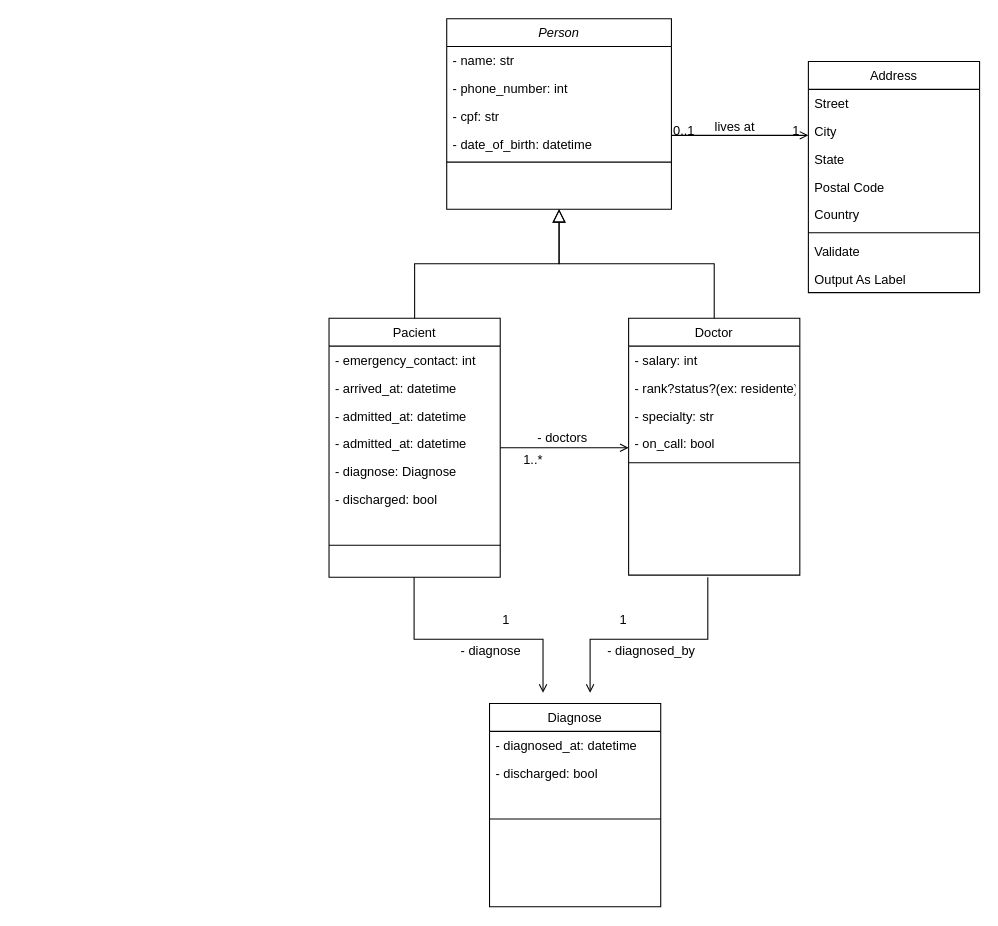
p-schlickmann/hospital keeps this draw.io diagram as Untitled Diagram.drawio. Above is the earlier version. Source tidied: cells renumbered, new cells numbered last; positions are measured from the earlier drawing's top-left corner, leaving out a move shared by most shapes. Both pictures are drawn from the tidied source at 107%, with x=0, y=0 at pixel (328, 18).
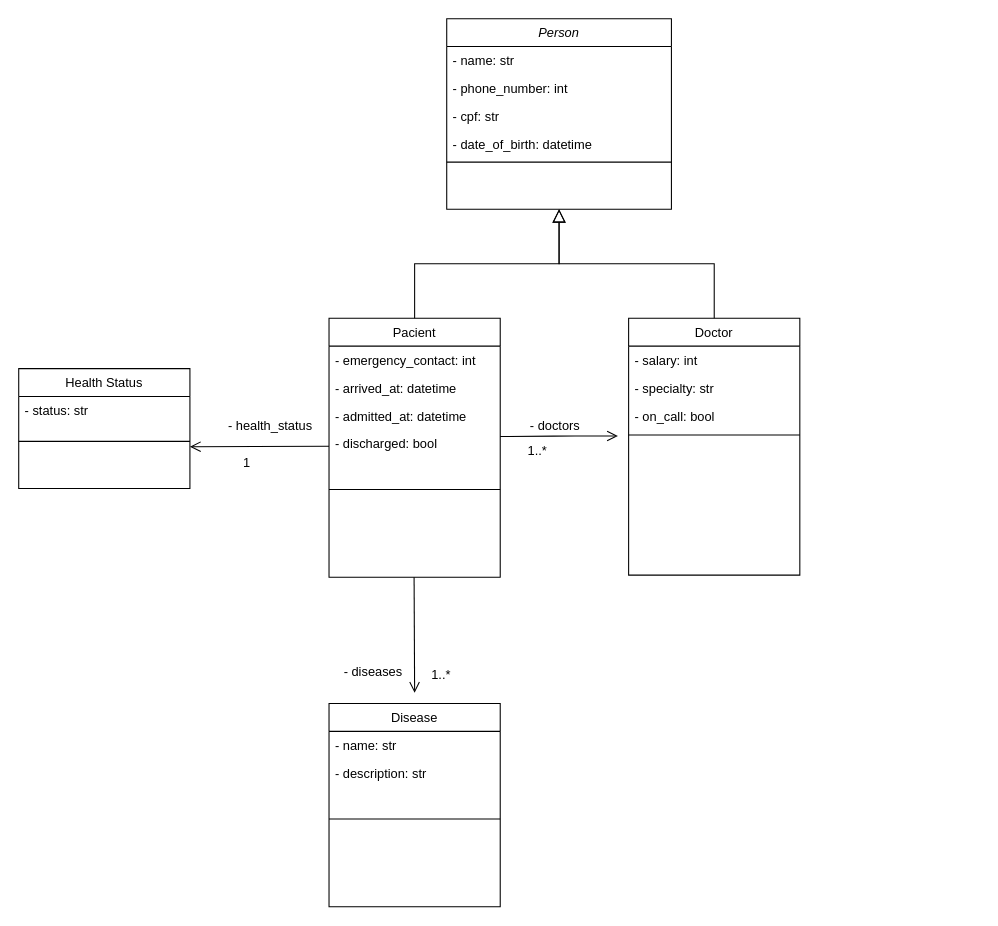
Above is the later version.

Unchanged cells that the change refers to:
```xml
<mxCell id="2" value="Person" style="swimlane;fontStyle=2;align=center;verticalAlign=top;horizontal=1;startSize=26;rounded=0;shadow=0;strokeWidth=1;" parent="1" vertex="1">
  <mxGeometry x="110" width="210" height="178" as="geometry" />
</mxCell>
<mxCell id="8" value="Pacient" style="swimlane;fontStyle=0;align=center;verticalAlign=top;horizontal=1;startSize=26;rounded=0;shadow=0;strokeWidth=1;" parent="1" vertex="1">
  <mxGeometry y="280" width="160" height="242" as="geometry" />
</mxCell>
<mxCell id="17" value="Doctor" style="swimlane;fontStyle=0;align=center;verticalAlign=top;horizontal=1;startSize=26;rounded=0;shadow=0;strokeWidth=1;" parent="1" vertex="1">
  <mxGeometry x="280" y="280" width="160" height="240" as="geometry" />
</mxCell>
```

What changed in the source:
```diff
@@
-    <mxCell id="12" value="- admitted_at: datetime&#10;" style="text;align=left;verticalAlign=top;spacingLeft=4;spacingRight=4;overflow=hidden;" parent="8" vertex="1">
-      <mxGeometry y="104" width="160" height="26" as="geometry" />
-    </mxCell>
-    <mxCell id="13" value="- diagnose: Diagnose&#10;" style="text;align=left;verticalAlign=top;spacingLeft=4;spacingRight=4;overflow=hidden;" parent="8" vertex="1">
-      <mxGeometry y="130" width="160" height="26" as="geometry" />
-    </mxCell>
     <mxCell id="14" value="- discharged: bool&#10;" style="text;align=left;verticalAlign=top;spacingLeft=4;spacingRight=4;overflow=hidden;" parent="8" vertex="1">
-      <mxGeometry y="156" width="160" height="26" as="geometry" />
+      <mxGeometry y="104" width="160" height="26" as="geometry" />
     </mxCell>
     <mxCell id="15" style="line;html=1;strokeWidth=1;align=left;verticalAlign=middle;spacingTop=-1;spacingLeft=3;spacingRight=3;labelPosition=right;" parent="8" vertex="1">
-      <mxGeometry y="182" width="160" height="60" as="geometry" />
+      <mxGeometry y="130" width="160" height="60" as="geometry" />
     </mxCell>
@@
-    <mxCell id="19" value="- rank?status?(ex: residente)" style="text;align=left;verticalAlign=top;spacingLeft=4;spacingRight=4;overflow=hidden;" parent="17" vertex="1">
-      <mxGeometry y="52" width="160" height="26" as="geometry" />
-    </mxCell>
     <mxCell id="20" value="- specialty: str" style="text;align=left;verticalAlign=top;spacingLeft=4;spacingRight=4;overflow=hidden;" parent="17" vertex="1">
-      <mxGeometry y="78" width="160" height="26" as="geometry" />
+      <mxGeometry y="52" width="160" height="26" as="geometry" />
     </mxCell>
     <mxCell id="21" value="- on_call: bool" style="text;align=left;verticalAlign=top;spacingLeft=4;spacingRight=4;overflow=hidden;" parent="17" vertex="1">
-      <mxGeometry y="104" width="160" height="26" as="geometry" />
+      <mxGeometry y="78" width="160" height="26" as="geometry" />
     </mxCell>
     <mxCell id="22" style="line;html=1;strokeWidth=1;align=left;verticalAlign=middle;spacingTop=-1;spacingLeft=3;spacingRight=3;labelPosition=right;" parent="17" vertex="1">
-      <mxGeometry y="130" width="160" height="10" as="geometry" />
+      <mxGeometry y="104" width="160" height="10" as="geometry" />
     </mxCell>
@@
-    <mxCell id="24" value="Address" style="swimlane;fontStyle=0;align=center;verticalAlign=top;horizontal=1;startSize=26;rounded=0;shadow=0;strokeWidth=1;" parent="1" vertex="1">
-      <mxGeometry x="448" y="40" width="160" height="216" as="geometry" />
-    </mxCell>
-    <mxCell id="25" value="Street" style="text;align=left;verticalAlign=top;spacingLeft=4;spacingRight=4;overflow=hidden;" parent="24" vertex="1">
-      <mxGeometry y="26" width="160" height="26" as="geometry" />
-    </mxCell>
-    <mxCell id="26" value="City" style="text;align=left;verticalAlign=top;spacingLeft=4;spacingRight=4;overflow=hidden;rounded=0;shadow=0;html=0;" parent="24" vertex="1">
-      <mxGeometry y="52" width="160" height="26" as="geometry" />
-    </mxCell>
-    <mxCell id="27" value="State" style="text;align=left;verticalAlign=top;spacingLeft=4;spacingRight=4;overflow=hidden;rounded=0;shadow=0;html=0;" parent="24" vertex="1">
-      <mxGeometry y="78" width="160" height="26" as="geometry" />
-    </mxCell>
-    <mxCell id="28" value="Postal Code" style="text;align=left;verticalAlign=top;spacingLeft=4;spacingRight=4;overflow=hidden;rounded=0;shadow=0;html=0;" parent="24" vertex="1">
-      <mxGeometry y="104" width="160" height="26" as="geometry" />
-    </mxCell>
-    <mxCell id="29" value="Country" style="text;align=left;verticalAlign=top;spacingLeft=4;spacingRight=4;overflow=hidden;rounded=0;shadow=0;html=0;" parent="24" vertex="1">
-      <mxGeometry y="130" width="160" height="26" as="geometry" />
-    </mxCell>
-    <mxCell id="30" style="line;html=1;strokeWidth=1;align=left;verticalAlign=middle;spacingTop=-1;spacingLeft=3;spacingRight=3;labelPosition=right;" parent="24" vertex="1">
-      <mxGeometry y="156" width="160" height="8" as="geometry" />
-    </mxCell>
-    <mxCell id="31" value="Validate" style="text;align=left;verticalAlign=top;spacingLeft=4;spacingRight=4;overflow=hidden;" parent="24" vertex="1">
-      <mxGeometry y="164" width="160" height="26" as="geometry" />
-    </mxCell>
-    <mxCell id="32" value="Output As Label" style="text;align=left;verticalAlign=top;spacingLeft=4;spacingRight=4;overflow=hidden;" parent="24" vertex="1">
-      <mxGeometry y="190" width="160" height="26" as="geometry" />
-    </mxCell>
-    <mxCell id="33" style="endArrow=open;shadow=0;strokeWidth=1;rounded=0;endFill=1;edgeStyle=elbowEdgeStyle;elbow=vertical;" parent="1" edge="1" source="2" target="24">
-      <mxGeometry x="0.5" y="41" relative="1" as="geometry">
-        <mxPoint x="-40" y="32" as="offset" />
-      </mxGeometry>
-    </mxCell>
-    <mxCell id="34" value="0..1" style="align=left;verticalAlign=bottom;labelBackgroundColor=none;fontSize=12;" parent="33" vertex="1">
-      <mxGeometry x="-1" relative="1" as="geometry">
-        <mxPoint y="4" as="offset" />
-      </mxGeometry>
-    </mxCell>
-    <mxCell id="35" value="1" style="align=right;verticalAlign=bottom;labelBackgroundColor=none;fontSize=12;" parent="33" vertex="1">
-      <mxGeometry x="1" relative="1" as="geometry">
-        <mxPoint x="-7" y="4" as="offset" />
-      </mxGeometry>
-    </mxCell>
-    <mxCell id="36" value="lives at" style="text;html=1;align=center;verticalAlign=middle;labelBackgroundColor=none;rounded=0;shadow=0;strokeWidth=1;fontSize=12;" parent="33" vertex="1">
-      <mxGeometry x="0.5" y="49" relative="1" as="geometry">
-        <mxPoint x="-38" y="40" as="offset" />
-      </mxGeometry>
-    </mxCell>
-    <mxCell id="37" style="endArrow=open;shadow=0;strokeWidth=1;rounded=0;endFill=1;edgeStyle=elbowEdgeStyle;elbow=vertical;endSize=6;startSize=6;" parent="1" edge="1">
-      <mxGeometry x="0.5" y="41" relative="1" as="geometry">
-        <mxPoint x="160" y="401" as="sourcePoint" />
-        <mxPoint x="280" y="401" as="targetPoint" />
-        <mxPoint x="-40" y="32" as="offset" />
-      </mxGeometry>
-    </mxCell>
-    <mxCell id="38" value="1..*" style="align=left;verticalAlign=bottom;labelBackgroundColor=none;fontSize=12;" parent="37" vertex="1">
-      <mxGeometry x="-1" relative="1" as="geometry">
-        <mxPoint x="20" y="20" as="offset" />
-      </mxGeometry>
-    </mxCell>
+    <mxCell id="50" value="Disease" style="swimlane;fontStyle=0;align=center;verticalAlign=top;horizontal=1;startSize=26;rounded=0;shadow=0;strokeWidth=1;" parent="1" vertex="1">
+      <mxGeometry y="640" width="160" height="190" as="geometry" />
+    </mxCell>
+    <mxCell id="51" value="- name: str" style="text;align=left;verticalAlign=top;spacingLeft=4;spacingRight=4;overflow=hidden;" parent="50" vertex="1">
+      <mxGeometry y="26" width="160" height="26" as="geometry" />
+    </mxCell>
+    <mxCell id="52" value="- description: str&#10;" style="text;align=left;verticalAlign=top;spacingLeft=4;spacingRight=4;overflow=hidden;" parent="50" vertex="1">
+      <mxGeometry y="52" width="160" height="26" as="geometry" />
+    </mxCell>
+    <mxCell id="43" style="line;html=1;strokeWidth=1;align=left;verticalAlign=middle;spacingTop=-1;spacingLeft=3;spacingRight=3;labelPosition=right;" parent="50" vertex="1">
+      <mxGeometry y="78" width="160" height="60" as="geometry" />
+    </mxCell>
+    <mxCell id="53" style="endArrow=open;startArrow=none;endFill=0;startFill=0;endSize=8;html=1;verticalAlign=bottom;labelBackgroundColor=none;strokeWidth=1;fontSize=10;" parent="1" edge="1">
+      <mxGeometry relative="1" as="geometry">
+        <mxPoint y="399.5" as="sourcePoint" />
+        <mxPoint x="-130" y="400" as="targetPoint" />
+      </mxGeometry>
+    </mxCell>
+    <mxCell id="54" value="Health Status" style="swimlane;fontStyle=0;align=center;verticalAlign=top;horizontal=1;startSize=26;rounded=0;shadow=0;strokeWidth=1;" parent="1" vertex="1">
+      <mxGeometry x="-290" y="327" width="160" height="112" as="geometry" />
+    </mxCell>
+    <mxCell id="55" value="- status: str" style="text;align=left;verticalAlign=top;spacingLeft=4;spacingRight=4;overflow=hidden;" parent="54" vertex="1">
+      <mxGeometry y="26" width="160" height="26" as="geometry" />
+    </mxCell>
+    <mxCell id="56" style="line;html=1;strokeWidth=1;align=left;verticalAlign=middle;spacingTop=-1;spacingLeft=3;spacingRight=3;labelPosition=right;" parent="54" vertex="1">
+      <mxGeometry y="52" width="160" height="32" as="geometry" />
+    </mxCell>
+    <mxCell id="57" value="- health_status" style="text;align=left;verticalAlign=top;spacingLeft=4;spacingRight=4;overflow=hidden;" parent="1" vertex="1">
+      <mxGeometry x="-100" y="367" width="160" height="23" as="geometry" />
+    </mxCell>
+    <mxCell id="58" value="1" style="align=left;verticalAlign=bottom;labelBackgroundColor=none;fontSize=12;" parent="1" vertex="1">
+      <mxGeometry x="230" y="630" as="geometry">
+        <mxPoint x="-312" y="-207" as="offset" />
+      </mxGeometry>
+    </mxCell>
+    <mxCell id="59" style="endArrow=open;startArrow=none;endFill=0;startFill=0;endSize=8;html=1;verticalAlign=bottom;labelBackgroundColor=none;strokeWidth=1;fontSize=10;" parent="1" edge="1">
+      <mxGeometry relative="1" as="geometry">
+        <mxPoint x="160" y="390.5" as="sourcePoint" />
+        <mxPoint x="270" y="390" as="targetPoint" />
+        <Array as="points">
+          <mxPoint x="220" y="390" />
+        </Array>
+      </mxGeometry>
+    </mxCell>
+    <mxCell id="60" value="1..*" style="align=left;verticalAlign=bottom;labelBackgroundColor=none;fontSize=12;" parent="1" vertex="1">
+      <mxGeometry x="190" y="350" as="geometry">
+        <mxPoint x="-6" y="62" as="offset" />
+      </mxGeometry>
+    </mxCell>
-    <mxCell id="39" value="- doctors" style="text;html=1;align=center;verticalAlign=middle;labelBackgroundColor=none;rounded=0;shadow=0;strokeWidth=1;fontSize=12;" parent="37" vertex="1">
-      <mxGeometry x="0.5" y="49" relative="1" as="geometry">
-        <mxPoint x="-33" y="39" as="offset" />
-      </mxGeometry>
+    <mxCell id="39" value="- doctors" style="text;html=1;align=center;verticalAlign=middle;labelBackgroundColor=none;rounded=0;shadow=0;strokeWidth=1;fontSize=12;" parent="1" vertex="1">
+      <mxGeometry x="210" y="380" as="geometry" />
     </mxCell>
-    <mxCell id="40" value="Diagnose" style="swimlane;fontStyle=0;align=center;verticalAlign=top;horizontal=1;startSize=26;rounded=0;shadow=0;strokeWidth=1;" parent="1" vertex="1">
-      <mxGeometry x="150" y="640" width="160" height="190" as="geometry" />
-    </mxCell>
-    <mxCell id="41" value="- diagnosed_at: datetime" style="text;align=left;verticalAlign=top;spacingLeft=4;spacingRight=4;overflow=hidden;" parent="40" vertex="1">
-      <mxGeometry y="26" width="160" height="26" as="geometry" />
-    </mxCell>
-    <mxCell id="42" value="- discharged: bool&#10;" style="text;align=left;verticalAlign=top;spacingLeft=4;spacingRight=4;overflow=hidden;" parent="40" vertex="1">
-      <mxGeometry y="52" width="160" height="26" as="geometry" />
-    </mxCell>
-    <mxCell id="43" style="line;html=1;strokeWidth=1;align=left;verticalAlign=middle;spacingTop=-1;spacingLeft=3;spacingRight=3;labelPosition=right;" parent="40" vertex="1">
-      <mxGeometry y="78" width="160" height="60" as="geometry" />
-    </mxCell>
-    <mxCell id="44" style="endArrow=open;shadow=0;strokeWidth=1;rounded=0;endFill=1;edgeStyle=elbowEdgeStyle;elbow=vertical;endSize=6;startSize=6;" parent="1" edge="1">
-      <mxGeometry x="0.5" y="41" relative="1" as="geometry">
-        <mxPoint x="79.5" y="522" as="sourcePoint" />
-        <mxPoint x="200" y="630" as="targetPoint" />
-        <Array as="points">
-          <mxPoint x="150" y="580" />
-          <mxPoint x="190" y="579" />
-          <mxPoint x="120" y="579" />
-        </Array>
-        <mxPoint x="-40" y="32" as="offset" />
-      </mxGeometry>
-    </mxCell>
-    <mxCell id="45" value="1" style="align=left;verticalAlign=bottom;labelBackgroundColor=none;fontSize=12;" parent="44" vertex="1">
-      <mxGeometry x="-1" relative="1" as="geometry">
-        <mxPoint x="81" y="48" as="offset" />
-      </mxGeometry>
-    </mxCell>
-    <mxCell id="46" value="- diagnose" style="text;html=1;align=center;verticalAlign=middle;labelBackgroundColor=none;rounded=0;shadow=0;strokeWidth=1;fontSize=12;" parent="44" vertex="1">
-      <mxGeometry x="0.5" y="49" relative="1" as="geometry">
-        <mxPoint x="-42" y="59" as="offset" />
-      </mxGeometry>
-    </mxCell>
-    <mxCell id="47" style="endArrow=open;shadow=0;strokeWidth=1;rounded=0;endFill=1;edgeStyle=elbowEdgeStyle;elbow=vertical;endSize=6;startSize=6;fontSize=10;" parent="1" edge="1">
-      <mxGeometry x="0.5" y="41" relative="1" as="geometry">
-        <mxPoint x="354" y="522" as="sourcePoint" />
-        <mxPoint x="244" y="630" as="targetPoint" />
-        <Array as="points">
-          <mxPoint x="300" y="580" />
-        </Array>
-        <mxPoint x="-40" y="32" as="offset" />
-      </mxGeometry>
-    </mxCell>
-    <mxCell id="48" value="1" style="align=left;verticalAlign=bottom;labelBackgroundColor=none;fontSize=12;" parent="47" vertex="1">
-      <mxGeometry x="-1" relative="1" as="geometry">
-        <mxPoint x="-84" y="48" as="offset" />
-      </mxGeometry>
-    </mxCell>
-    <mxCell id="49" value="- diagnosed_by" style="text;html=1;align=center;verticalAlign=middle;labelBackgroundColor=none;rounded=0;shadow=0;strokeWidth=1;fontSize=12;" parent="47" vertex="1">
-      <mxGeometry x="0.5" y="49" relative="1" as="geometry">
-        <mxPoint x="52" y="-39" as="offset" />
-      </mxGeometry>
-    </mxCell>
+    <mxCell id="61" value="- diseases" style="text;html=1;align=center;verticalAlign=middle;labelBackgroundColor=none;rounded=0;shadow=0;strokeWidth=1;fontSize=12;" parent="1" vertex="1">
+      <mxGeometry x="40" y="610" as="geometry" />
+    </mxCell>
+    <mxCell id="62" value="1..*" style="align=left;verticalAlign=bottom;labelBackgroundColor=none;fontSize=12;" parent="1" vertex="1">
+      <mxGeometry x="100" y="560" as="geometry">
+        <mxPoint x="-6" y="62" as="offset" />
+      </mxGeometry>
+    </mxCell>
+    <mxCell id="63" style="endArrow=open;startArrow=none;endFill=0;startFill=0;endSize=8;html=1;verticalAlign=bottom;labelBackgroundColor=none;strokeWidth=1;fontSize=10;" parent="1" edge="1">
+      <mxGeometry relative="1" as="geometry">
+        <mxPoint x="79.5" y="522" as="sourcePoint" />
+        <mxPoint x="80" y="630" as="targetPoint" />
+      </mxGeometry>
+    </mxCell>
```
